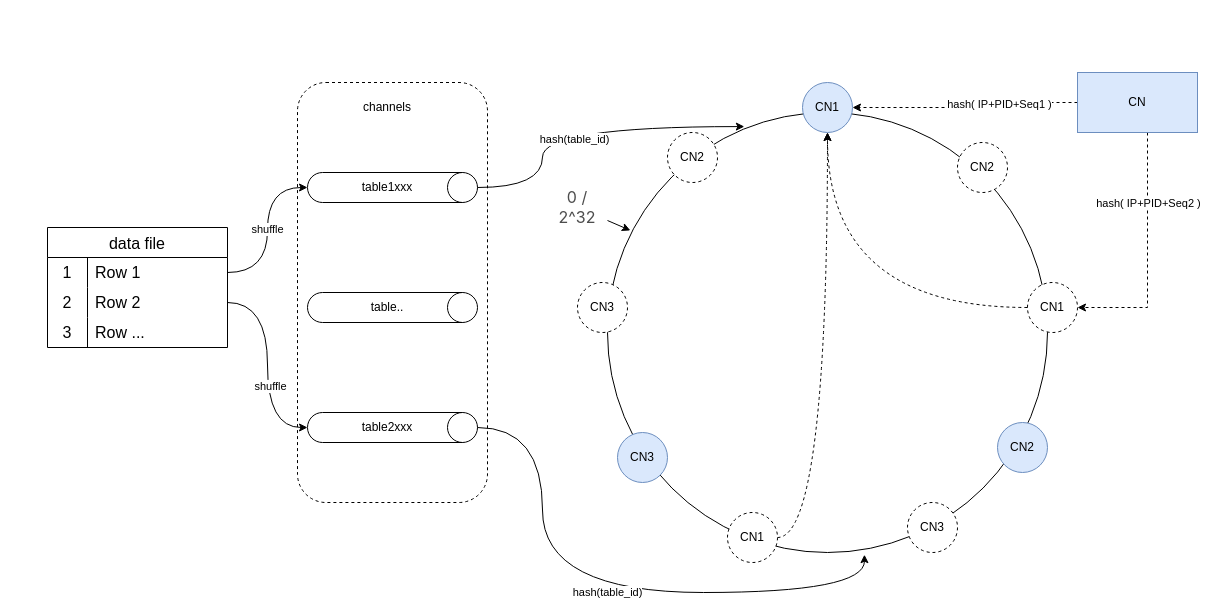
Earlier version of the draw.io diagram CN映射.drawio (xiongEd/TheFirstModule). Source tidied: cells renumbered, new cells numbered last; positions are measured from the earlier drawing's top-left corner, leaving out a move shared by most shapes. Both pictures are drawn from the tidied source at 100%, with x=0, y=0 at pixel (47, 72).
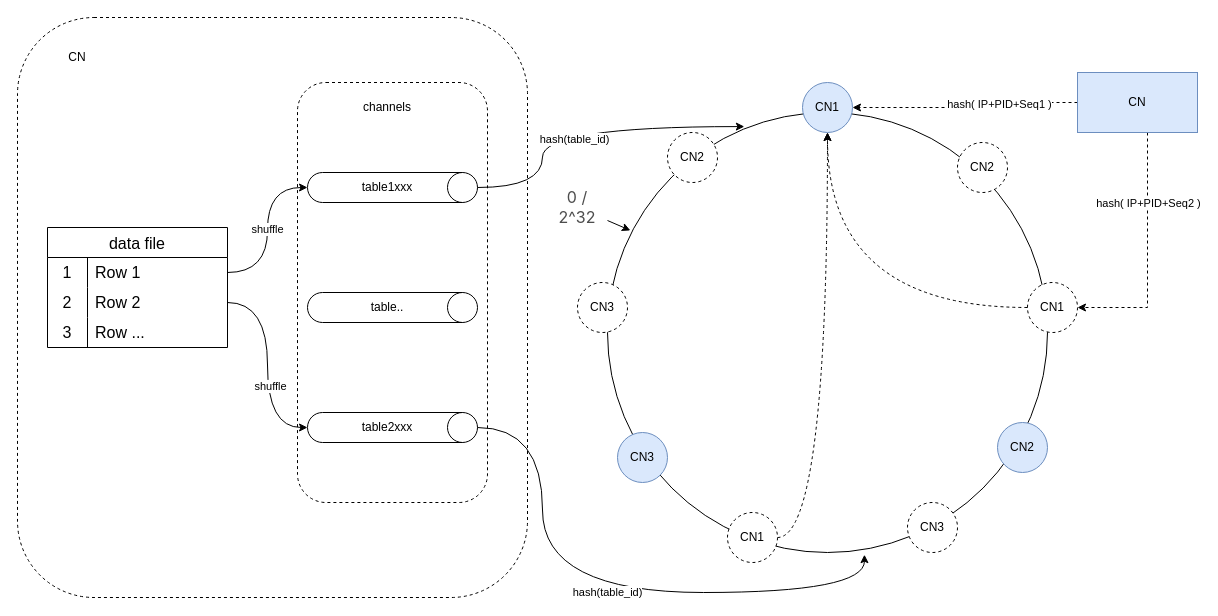
Above is the later version.

Change to the diagram source:
```diff
@@
+    <mxCell id="45" style="rounded=1;whiteSpace=wrap;html=1;dashed=1;" parent="1" vertex="1">
+      <mxGeometry x="-30" y="-55" width="510" height="580" as="geometry" />
+    </mxCell>
@@
+    <mxCell id="46" value="CN" style="text;html=1;align=center;verticalAlign=middle;whiteSpace=wrap;rounded=0;" parent="1" vertex="1">
+      <mxGeometry y="-30" width="60" height="30" as="geometry" />
+    </mxCell>
```
